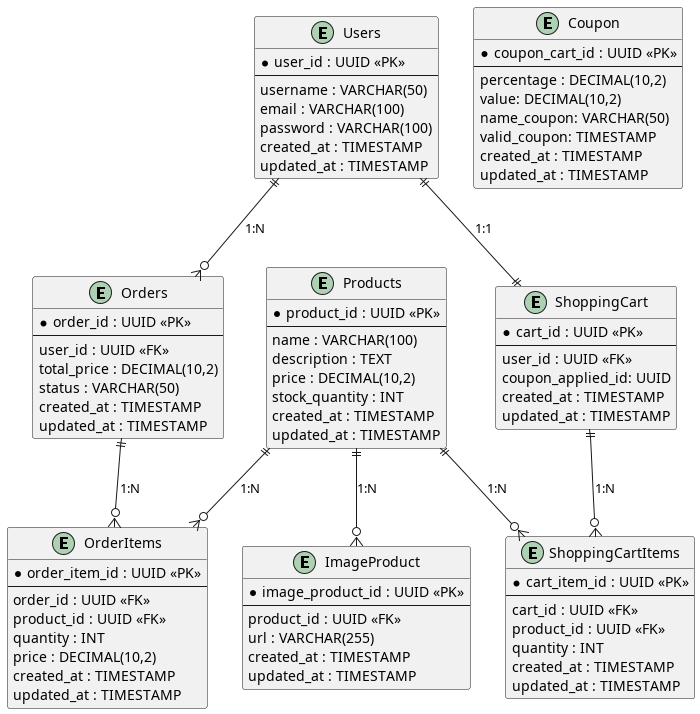
jnerydesigner/natura-challenge keeps this PlantUML diagram as backend-natura/out/db/Diagrama do E-commerce.png. Above is the earlier version.
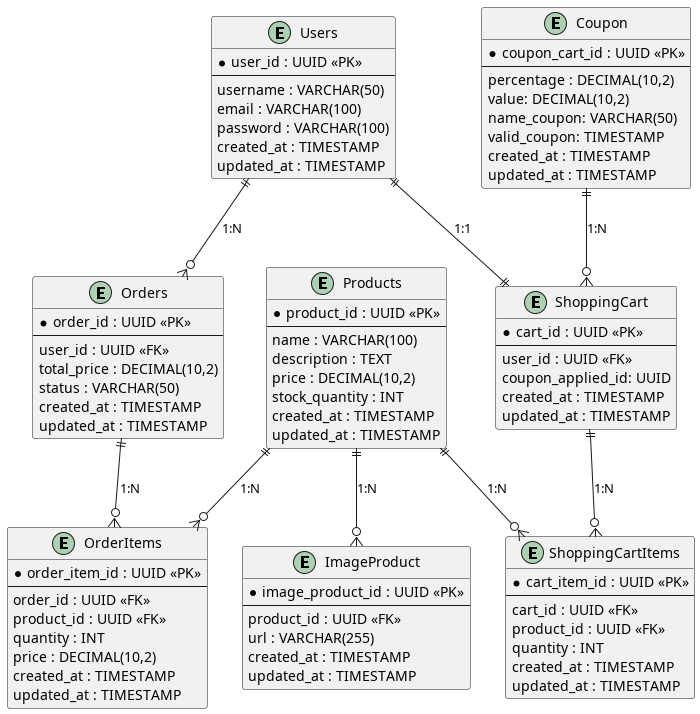
The same file after the commit.

Change to the diagram source:
```diff
@@ -87,4 +87,5 @@
 ShoppingCart ||--o{ ShoppingCartItems : "1:N"
 Products ||--o{ ShoppingCartItems : "1:N"
 Products ||--o{ ImageProduct : "1:N"
+Coupon ||--o{ ShoppingCart : "1:N"
 @enduml
```
